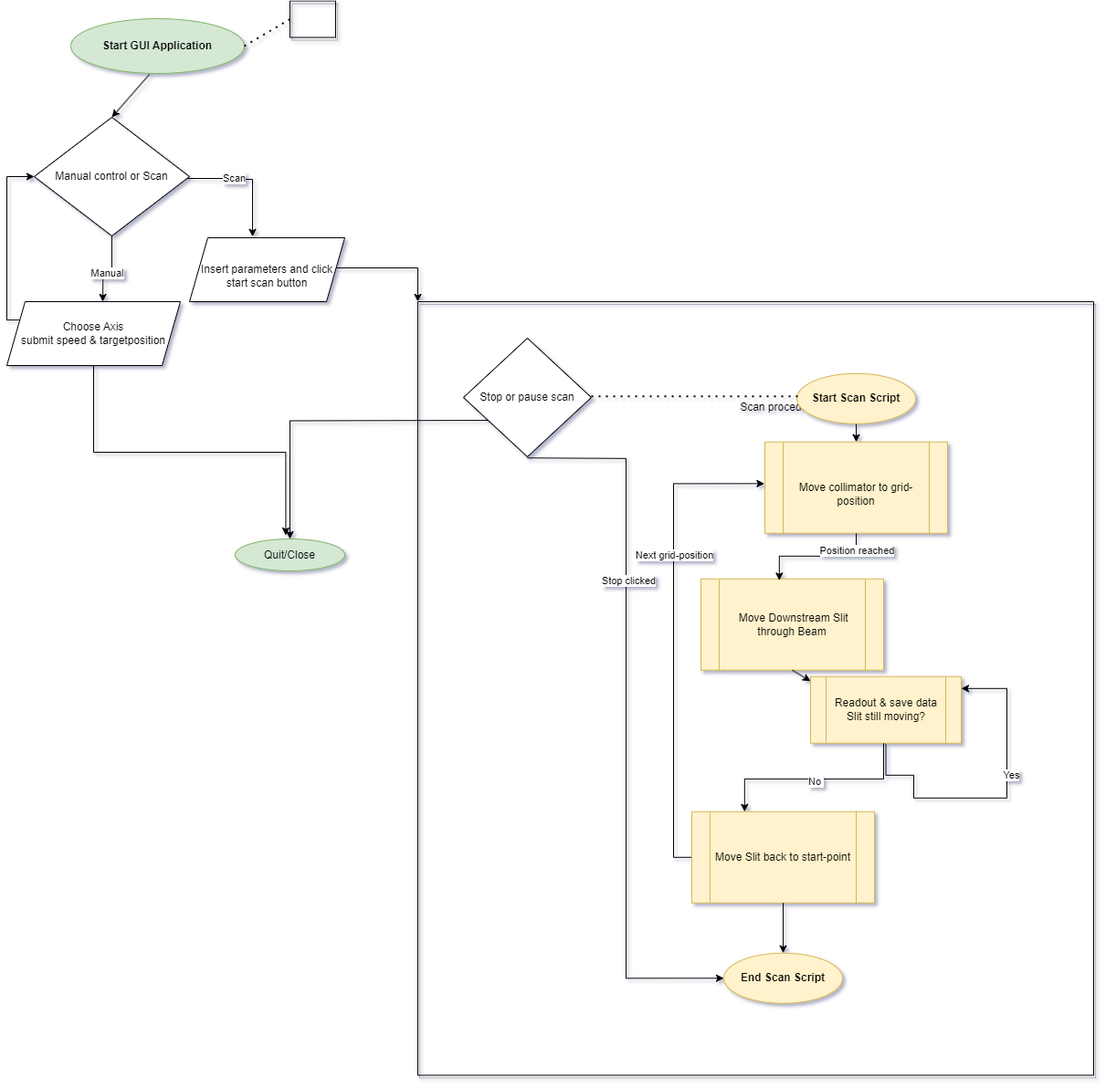
Before: Program_Diagram.drawio.png, a diagram exported from draw.io (sistrebel/Emittancemeter_control). Source tidied: cells renumbered, new cells last; positions are measured from the earlier drawing's top-left corner, leaving out a move shared by most shapes.
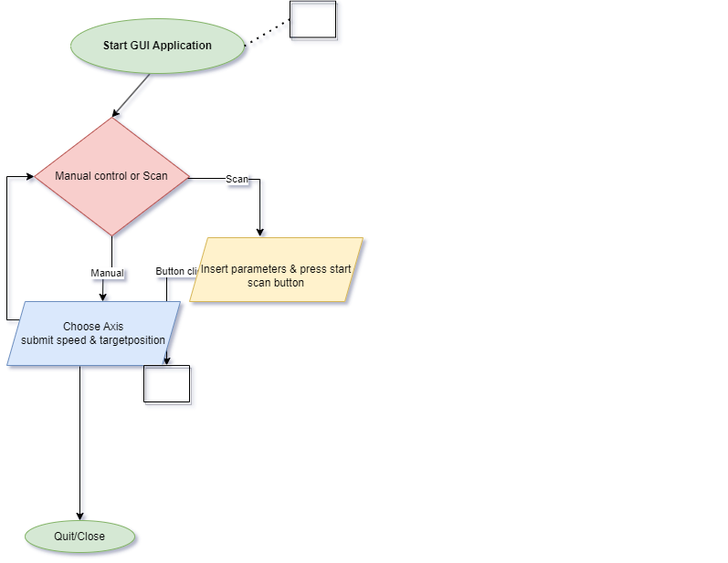
Later version of the same file.

Diff of the diagram source:
```diff
@@ -15,7 +15,7 @@
       <mxGeometry x="70" y="20" width="190" height="60" as="geometry" />
     </mxCell>
     <mxCell id="5" value="Quit/Close" style="ellipse;whiteSpace=wrap;html=1;fillColor=#d5e8d4;strokeColor=#82b366;" parent="1" vertex="1">
-      <mxGeometry x="250" y="590" width="120" height="35" as="geometry" />
+      <mxGeometry x="20" y="570" width="120" height="35" as="geometry" />
     </mxCell>
     <mxCell id="6" style="edgeStyle=orthogonalEdgeStyle;rounded=0;jettySize=auto;html=1;entryX=0.406;entryY=-0.017;entryDx=0;entryDy=0;entryPerimeter=0;" parent="1" edge="1" source="10" target="12">
       <mxGeometry relative="1" as="geometry">
@@ -36,7 +36,7 @@
     <mxCell id="9" value="Manual" style="edgeLabel;html=1;align=center;verticalAlign=middle;" parent="8" vertex="1">
       <mxGeometry x="0.03" y="4" relative="1" as="geometry" />
     </mxCell>
-    <mxCell id="10" value="Manual control or Scan" style="rhombus;whiteSpace=wrap;html=1;" parent="1" vertex="1">
+    <mxCell id="10" value="Manual control or Scan" style="rhombus;whiteSpace=wrap;html=1;fillColor=#f8cecc;strokeColor=#b85450;" parent="1" vertex="1">
       <mxGeometry x="30" y="128" width="170" height="130" as="geometry" />
     </mxCell>
     <mxCell id="11" style="edgeStyle=orthogonalEdgeStyle;rounded=0;jettySize=auto;html=1;exitX=1;exitY=0.5;exitDx=0;exitDy=0;" parent="1" edge="1" source="12" target="18">
@@ -47,8 +47,11 @@
         </Array>
       </mxGeometry>
     </mxCell>
+    <mxCell id="41" value="Button clicked" style="edgeLabel;html=1;align=center;verticalAlign=middle;" parent="11" vertex="1">
+      <mxGeometry x="0.19" y="3" relative="1" as="geometry" />
+    </mxCell>
-    <mxCell id="12" value="&lt;br style=&quot;border-color: var(--border-color);&quot;&gt;Insert parameters and click start scan button" style="shape=parallelogram;perimeter=parallelogramPerimeter;whiteSpace=wrap;html=1;fixedSize=1;" parent="1" vertex="1">
-      <mxGeometry x="200" y="260" width="170" height="70" as="geometry" />
+    <mxCell id="12" value="&lt;br style=&quot;border-color: var(--border-color);&quot;&gt;Insert parameters &amp;amp; press start scan button" style="shape=parallelogram;perimeter=parallelogramPerimeter;whiteSpace=wrap;html=1;fixedSize=1;fillColor=#fff2cc;strokeColor=#d6b656;" parent="1" vertex="1">
+      <mxGeometry x="200" y="260" width="190" height="70" as="geometry" />
     </mxCell>
     <mxCell id="13" style="edgeStyle=orthogonalEdgeStyle;rounded=0;jettySize=auto;html=1;exitX=0;exitY=0.25;exitDx=0;exitDy=0;entryX=0;entryY=0.5;entryDx=0;entryDy=0;" parent="1" edge="1" source="14" target="10">
       <mxGeometry relative="1" as="geometry">
@@ -58,110 +61,17 @@
         </Array>
       </mxGeometry>
     </mxCell>
-    <mxCell id="14" value="Choose Axis&lt;br&gt;submit speed &amp;amp; targetposition" style="shape=parallelogram;perimeter=parallelogramPerimeter;whiteSpace=wrap;html=1;fixedSize=1;" parent="1" vertex="1">
+    <mxCell id="14" value="Choose Axis&lt;br&gt;submit speed &amp;amp; targetposition" style="shape=parallelogram;perimeter=parallelogramPerimeter;whiteSpace=wrap;html=1;fixedSize=1;fillColor=#dae8fc;strokeColor=#6c8ebf;" parent="1" vertex="1">
       <mxGeometry y="330" width="190" height="70" as="geometry" />
     </mxCell>
-    <mxCell id="15" style="edgeStyle=orthogonalEdgeStyle;rounded=0;jettySize=auto;html=1;exitX=0.5;exitY=1;exitDx=0;exitDy=0;entryX=0.462;entryY=-0.114;entryDx=0;entryDy=0;entryPerimeter=0;" parent="1" edge="1" source="14" target="5">
+    <mxCell id="15" style="edgeStyle=orthogonalEdgeStyle;rounded=0;jettySize=auto;html=1;exitX=0.421;exitY=1.014;exitDx=0;exitDy=0;entryX=0.5;entryY=0;entryDx=0;entryDy=0;exitPerimeter=0;" parent="1" edge="1" source="14" target="5">
       <mxGeometry relative="1" as="geometry" />
     </mxCell>
     <mxCell id="16" style="swimlane;startSize=0;fillColor=#E6E6E6;strokeColor=default;fillStyle=solid;rounded=0;shadow=1;glass=1;" parent="1" vertex="1" collapsed="1">
       <mxGeometry x="310" y="0.5" width="50" height="40" as="geometry" />
     </mxCell>
-    <mxCell id="17" style="edgeStyle=orthogonalEdgeStyle;rounded=0;jettySize=auto;html=1;exitX=0.5;exitY=1;exitDx=0;exitDy=0;entryX=0.5;entryY=0;entryDx=0;entryDy=0;" parent="1" edge="1" target="5">
-      <mxGeometry relative="1" as="geometry">
-        <mxPoint x="535" y="460" as="sourcePoint" />
-      </mxGeometry>
-    </mxCell>
-    <mxCell id="18" style="swimlane;startSize=0;fillColor=#E6E6E6;strokeColor=default;fillStyle=solid;rounded=0;shadow=1;glass=1;" parent="1" vertex="1">
-      <mxGeometry x="450" y="330" width="740" height="847.5" as="geometry" />
+    <mxCell id="18" style="swimlane;startSize=0;fillColor=#E6E6E6;strokeColor=default;fillStyle=solid;rounded=0;shadow=1;glass=1;" parent="1" vertex="1" collapsed="1">
+      <mxGeometry x="150" y="400" width="50" height="40" as="geometry" />
     </mxCell>
-    <mxCell id="19" value="Scan procedure" style="text;html=1;align=center;verticalAlign=middle;strokeColor=none;fillColor=none;" parent="18" vertex="1">
-      <mxGeometry x="340" y="100.8" width="110" height="30" as="geometry" />
-    </mxCell>
-    <mxCell id="20" value="&lt;br style=&quot;border-color: var(--border-color);&quot;&gt;Move collimator to grid-position" style="shape=process;whiteSpace=wrap;html=1;backgroundOutline=1;fillColor=#fff2cc;strokeColor=#d6b656;" parent="18" vertex="1">
-      <mxGeometry x="380" y="153.8" width="200" height="100" as="geometry" />
-    </mxCell>
-    <mxCell id="21" style="edgeStyle=orthogonalEdgeStyle;rounded=0;jettySize=auto;html=1;exitX=0;exitY=0.5;exitDx=0;exitDy=0;entryX=-0.003;entryY=0.456;entryDx=0;entryDy=0;entryPerimeter=0;" parent="18" edge="1" source="23" target="20">
-      <mxGeometry relative="1" as="geometry" />
-    </mxCell>
-    <mxCell id="22" value="Next grid-position" style="edgeLabel;html=1;align=center;verticalAlign=middle;" parent="21" vertex="1">
-      <mxGeometry x="0.21" y="-1" relative="1" as="geometry">
-        <mxPoint x="-1" y="-30" as="offset" />
-      </mxGeometry>
-    </mxCell>
-    <mxCell id="23" value="Move Slit back to start-point" style="shape=process;whiteSpace=wrap;html=1;backgroundOutline=1;fillColor=#fff2cc;strokeColor=#d6b656;" parent="18" vertex="1">
-      <mxGeometry x="300" y="558.8" width="200" height="100" as="geometry" />
-    </mxCell>
-    <mxCell id="24" value="&amp;nbsp;Move Downstream Slit through Beam&lt;br style=&quot;border-color: var(--border-color);&quot;&gt;" style="shape=process;whiteSpace=wrap;html=1;backgroundOutline=1;fillColor=#fff2cc;strokeColor=#d6b656;" parent="18" vertex="1">
-      <mxGeometry x="310" y="303.8" width="200" height="100" as="geometry" />
-    </mxCell>
-    <mxCell id="25" style="edgeStyle=orthogonalEdgeStyle;rounded=0;jettySize=auto;html=1;exitX=0.5;exitY=1;exitDx=0;exitDy=0;entryX=0.429;entryY=0.016;entryDx=0;entryDy=0;entryPerimeter=0;" parent="18" edge="1" source="20" target="24">
-      <mxGeometry relative="1" as="geometry" />
-    </mxCell>
-    <mxCell id="26" value="Position reached" style="edgeLabel;html=1;align=center;verticalAlign=middle;" parent="25" vertex="1">
-      <mxGeometry x="-0.72" relative="1" as="geometry" />
-    </mxCell>
-    <mxCell id="27" style="edgeStyle=orthogonalEdgeStyle;rounded=0;jettySize=auto;html=1;exitX=0.5;exitY=1;exitDx=0;exitDy=0;entryX=0.5;entryY=0;entryDx=0;entryDy=0;" parent="18" edge="1" source="28" target="20">
-      <mxGeometry relative="1" as="geometry" />
-    </mxCell>
-    <mxCell id="28" value="&lt;b&gt;Start Scan Script&lt;/b&gt;" style="ellipse;whiteSpace=wrap;html=1;fillColor=#fff2cc;strokeColor=#d6b656;" parent="18" vertex="1">
-      <mxGeometry x="415" y="78.8" width="130" height="55" as="geometry" />
-    </mxCell>
-    <mxCell id="29" value="&lt;b&gt;End Scan Script&lt;/b&gt;" style="ellipse;whiteSpace=wrap;html=1;fillColor=#fff2cc;strokeColor=#d6b656;" parent="18" vertex="1">
-      <mxGeometry x="335" y="713.8" width="130" height="55" as="geometry" />
-    </mxCell>
-    <mxCell id="30" style="edgeStyle=orthogonalEdgeStyle;rounded=0;jettySize=auto;html=1;exitX=0.5;exitY=1;exitDx=0;exitDy=0;entryX=0.5;entryY=0;entryDx=0;entryDy=0;" parent="18" edge="1" source="23" target="29">
-      <mxGeometry relative="1" as="geometry" />
-    </mxCell>
-    <mxCell id="31" style="edgeStyle=orthogonalEdgeStyle;rounded=0;orthogonalLoop=1;jettySize=auto;html=1;exitX=0.5;exitY=1;exitDx=0;exitDy=0;" parent="18" edge="1" source="33" target="33">
-      <mxGeometry relative="1" as="geometry">
-        <Array as="points">
-          <mxPoint x="543" y="518.8" />
-          <mxPoint x="543" y="543.8" />
-          <mxPoint x="645" y="543.8" />
-          <mxPoint x="645" y="423.8" />
-          <mxPoint x="543" y="423.8" />
-        </Array>
-      </mxGeometry>
-    </mxCell>
-    <mxCell id="32" value="Yes" style="edgeLabel;html=1;align=center;verticalAlign=middle;" parent="31" vertex="1">
-      <mxGeometry x="0.2" y="-4" relative="1" as="geometry" />
-    </mxCell>
-    <mxCell id="33" value="Readout &amp;amp; save data&lt;br&gt;Slit still moving?" style="shape=process;whiteSpace=wrap;html=1;backgroundOutline=1;fillColor=#fff2cc;strokeColor=#d6b656;" parent="18" vertex="1">
-      <mxGeometry x="430" y="410.8" width="165" height="73" as="geometry" />
-    </mxCell>
-    <mxCell id="34" style="edgeStyle=orthogonalEdgeStyle;rounded=0;orthogonalLoop=1;jettySize=auto;html=1;entryX=0.404;entryY=0.009;entryDx=0;entryDy=0;entryPerimeter=0;" parent="18" edge="1">
-      <mxGeometry relative="1" as="geometry">
-        <mxPoint x="510" y="483.8" as="sourcePoint" />
-        <mxPoint x="357.8" y="558.7" as="targetPoint" />
-        <Array as="points">
-          <mxPoint x="510" y="522.9" />
-          <mxPoint x="358" y="522.9" />
-        </Array>
-      </mxGeometry>
-    </mxCell>
-    <mxCell id="35" value="No&amp;nbsp;" style="edgeLabel;html=1;align=center;verticalAlign=middle;" parent="34" vertex="1">
-      <mxGeometry y="3" relative="1" as="geometry" />
-    </mxCell>
-    <mxCell id="36" style="endArrow=none;dashed=1;html=1;dashPattern=1 3;strokeWidth=2;rounded=0;" parent="18" edge="1">
-      <mxGeometry relative="1" as="geometry">
-        <mxPoint x="190" y="103.8" as="sourcePoint" />
-        <mxPoint x="420" y="103.8" as="targetPoint" />
-      </mxGeometry>
-    </mxCell>
-    <mxCell id="37" value="Stop or pause scan" style="rhombus;whiteSpace=wrap;html=1;" parent="18" vertex="1">
-      <mxGeometry x="50" y="40" width="140" height="130" as="geometry" />
-    </mxCell>
-    <mxCell id="38" style="edgeStyle=orthogonalEdgeStyle;rounded=0;jettySize=auto;html=1;exitX=0.5;exitY=1;exitDx=0;exitDy=0;entryX=0;entryY=0.5;entryDx=0;entryDy=0;" parent="18" edge="1" target="29">
-      <mxGeometry relative="1" as="geometry">
-        <mxPoint x="120" y="171.2" as="sourcePoint" />
-      </mxGeometry>
-    </mxCell>
-    <mxCell id="39" value="Stop clicked" style="edgeLabel;html=1;align=center;verticalAlign=middle;" parent="38" vertex="1">
-      <mxGeometry x="-0.38" y="2" relative="1" as="geometry" />
-    </mxCell>
-    <mxCell id="40" style="endArrow=classic;html=1;rounded=0;exitX=0.5;exitY=1;exitDx=0;exitDy=0;entryX=0;entryY=0.067;entryDx=0;entryDy=0;entryPerimeter=0;" parent="18" edge="1" source="24" target="33">
-      <mxGeometry relative="1" as="geometry" />
-    </mxCell>
   </root>
 </mxGraphModel>
```
